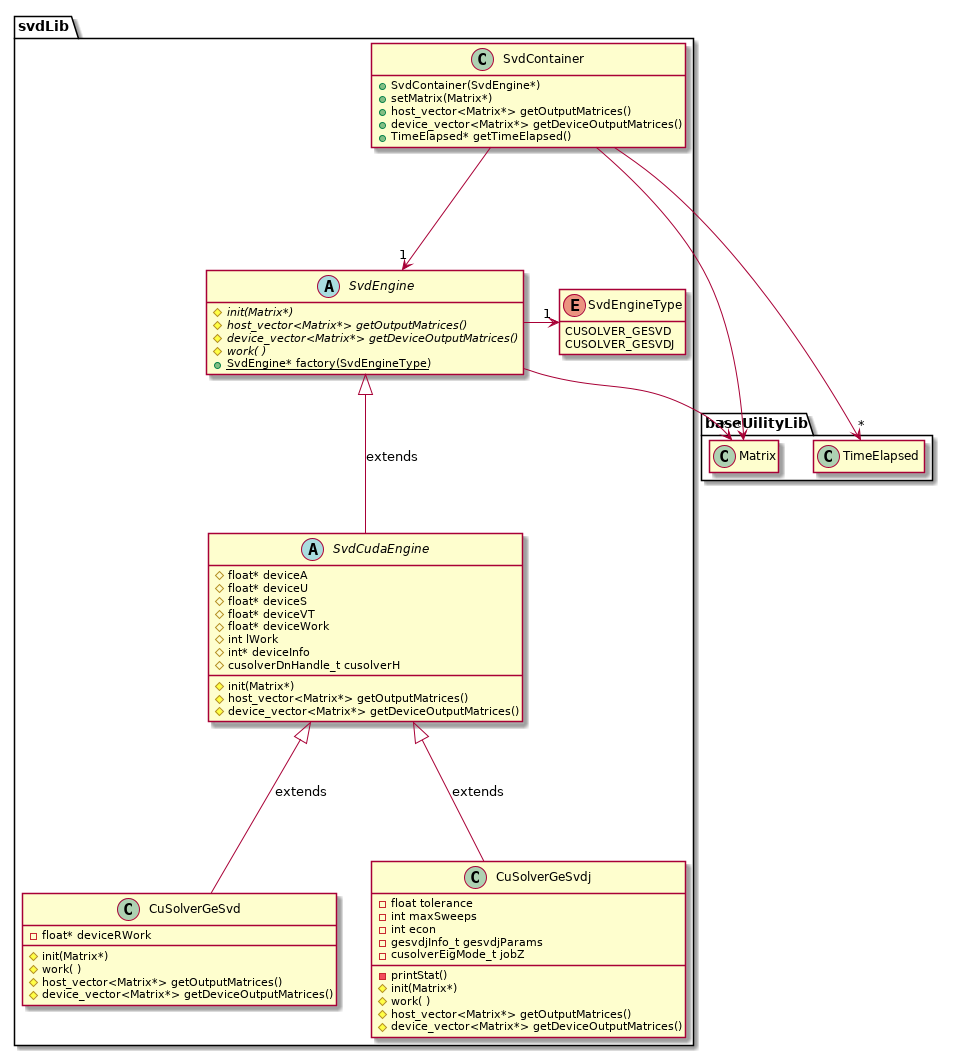
Before: uml/out/uml/src/SvdDiagram.png, a diagram exported from PlantUML (newfla/CUDA-K-SVD-Denoising).
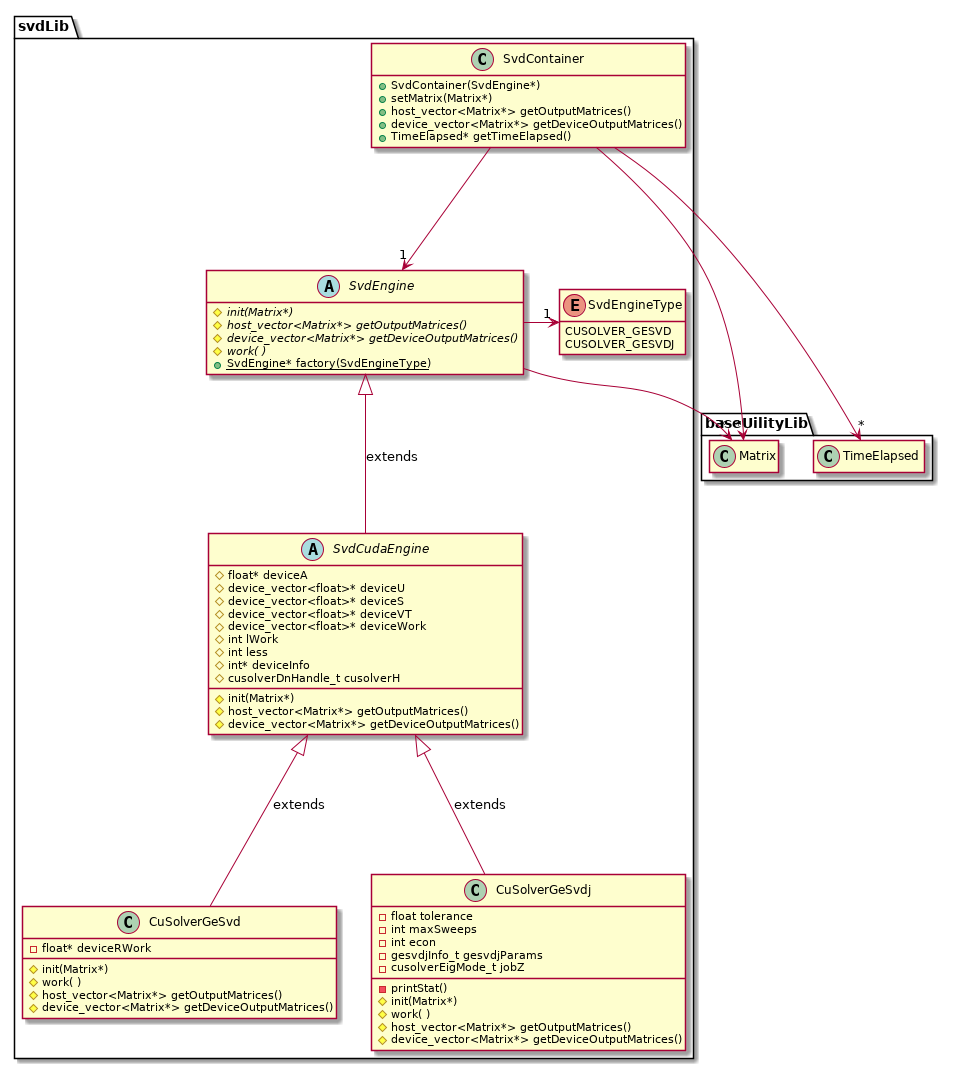
Later version of the same file.

Diff of the diagram source:
```diff
@@ -14,11 +14,12 @@
     abstract class SvdCudaEngine{
 
         # float* deviceA
-        # float* deviceU
-        # float* deviceS
-        # float* deviceVT
-        # float* deviceWork
+        # device_vector<float>* deviceU
+        # device_vector<float>* deviceS
+        # device_vector<float>* deviceVT
+        # device_vector<float>* deviceWork
         # int lWork
+        # int less
         # int* deviceInfo
         # cusolverDnHandle_t cusolverH
 
```
